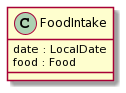
Above: docs/images/FoodIntakeClassDiagram.png in nus-cs2103-AY2021S2/tp (PlantUML), before the change.
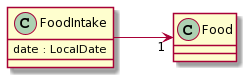
After the commit.

Change to the diagram source:
```diff
@@ -3,6 +3,10 @@
 
 class FoodIntake {
   date : LocalDate
-  food : Food
 }
+
+class Food {
+}
+
+FoodIntake --> "1" Food
 @enduml
```
